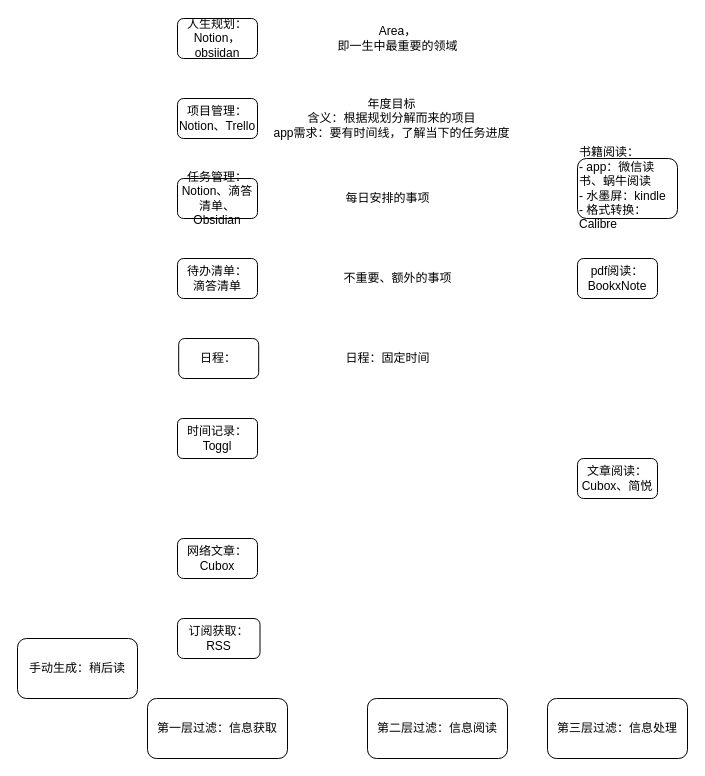
This is page "时间管理" (1 of 2) of 未命名绘图.drawio from afan95/dragrams, a draw.io file, before an edit. Source tidied: cells renumbered, new cells numbered last; positions are measured from the earlier drawing's top-left corner, leaving out a move shared by most shapes. Both pictures are drawn from the tidied source at 100%, with x=0, y=0 at pixel (17, 18).
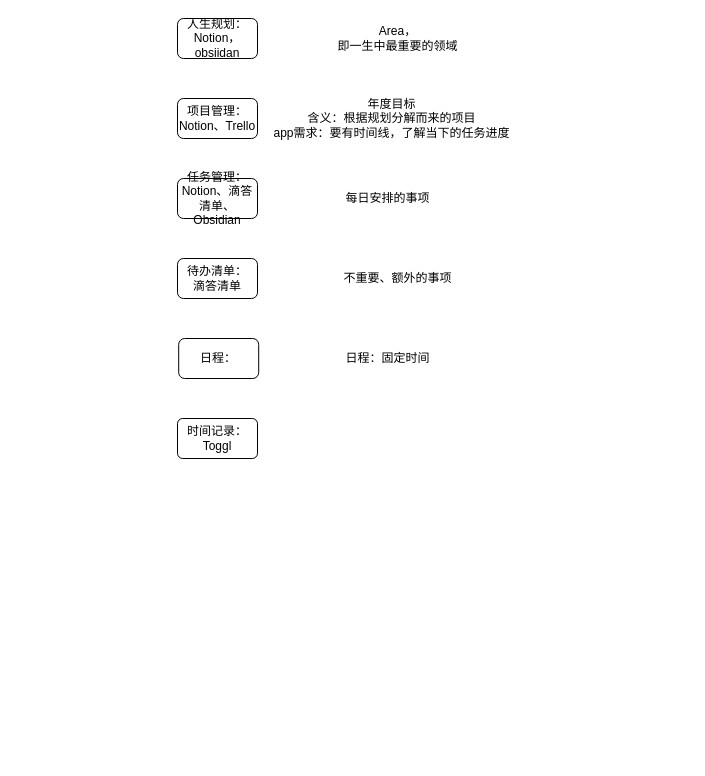
After the change.

What changed in the source:
```diff
@@
-    <mxCell id="2" value="手动生成：稍后读" style="rounded=1;whiteSpace=wrap;html=1;" parent="1" vertex="1">
-      <mxGeometry y="620" width="120" height="60" as="geometry" />
-    </mxCell>
-    <mxCell id="3" value="第一层过滤：信息获取" style="rounded=1;whiteSpace=wrap;html=1;" parent="1" vertex="1">
-      <mxGeometry x="130" y="680" width="140" height="60" as="geometry" />
-    </mxCell>
-    <mxCell id="4" value="第二层过滤：信息阅读" style="rounded=1;whiteSpace=wrap;html=1;" parent="1" vertex="1">
-      <mxGeometry x="350" y="680" width="140" height="60" as="geometry" />
-    </mxCell>
-    <mxCell id="5" value="第三层过滤：信息处理" style="rounded=1;whiteSpace=wrap;html=1;" parent="1" vertex="1">
-      <mxGeometry x="530" y="680" width="140" height="60" as="geometry" />
-    </mxCell>
-    <mxCell id="6" value="订阅获取：RSS" style="rounded=1;whiteSpace=wrap;html=1;" parent="1" vertex="1">
-      <mxGeometry x="160" y="600" width="82.5" height="40" as="geometry" />
-    </mxCell>
-    <mxCell id="7" value="&lt;span style=&quot;text-align: center&quot;&gt;书籍阅读：&lt;br&gt;&lt;/span&gt;&lt;span&gt;- app：微信读书、蜗牛阅读&lt;/span&gt;&lt;br&gt;&lt;div&gt;&lt;span&gt;- 水墨屏：kindle&lt;/span&gt;&lt;/div&gt;&lt;div&gt;&lt;span&gt;- 格式转换：Calibre&lt;/span&gt;&lt;/div&gt;" style="rounded=1;whiteSpace=wrap;html=1;align=left;" parent="1" vertex="1">
-      <mxGeometry x="560" y="140" width="100" height="60" as="geometry" />
-    </mxCell>
@@
-    <mxCell id="9" value="pdf阅读：BookxNote" style="rounded=1;whiteSpace=wrap;html=1;" parent="1" vertex="1">
-      <mxGeometry x="560" y="240" width="80" height="40" as="geometry" />
-    </mxCell>
@@
-    <mxCell id="12" value="网络文章：&lt;br&gt;Cubox" style="rounded=1;whiteSpace=wrap;html=1;" parent="1" vertex="1">
-      <mxGeometry x="160" y="520" width="80" height="40" as="geometry" />
-    </mxCell>
-    <mxCell id="13" value="文章阅读：Cubox、简悦" style="rounded=1;whiteSpace=wrap;html=1;" parent="1" vertex="1">
-      <mxGeometry x="560" y="440" width="80" height="40" as="geometry" />
-    </mxCell>
```
